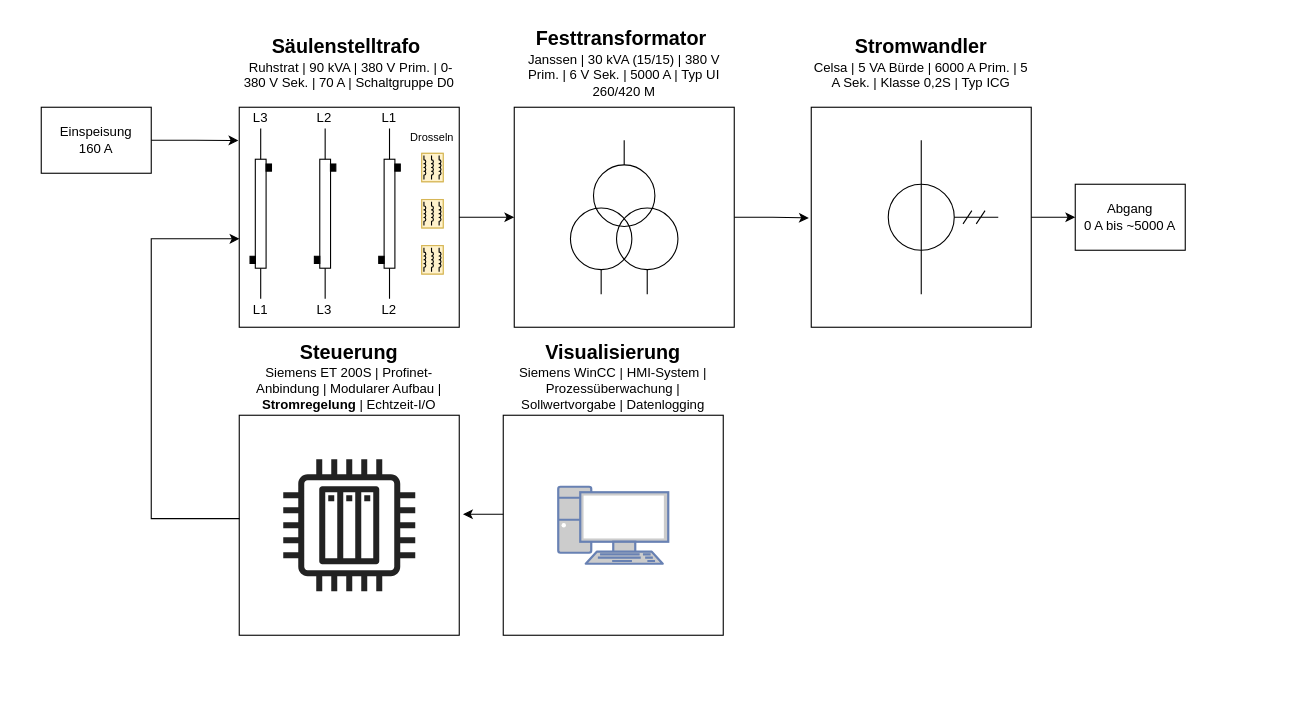
This is 03_Ressourcen/zeichnungen/aufbau_hochstrom_pruefstand.drawio from oliverschmidt99/Bachelorarbeit-Fremdfeldbeeinflussung-Messstromwandler, a draw.io file, before an edit. Source tidied: cells renumbered, new cells numbered last; positions are measured from the earlier drawing's top-left corner, leaving out a move shared by most shapes. Both pictures are drawn from the tidied source at 110%, with x=0, y=0 at pixel (41, 19).
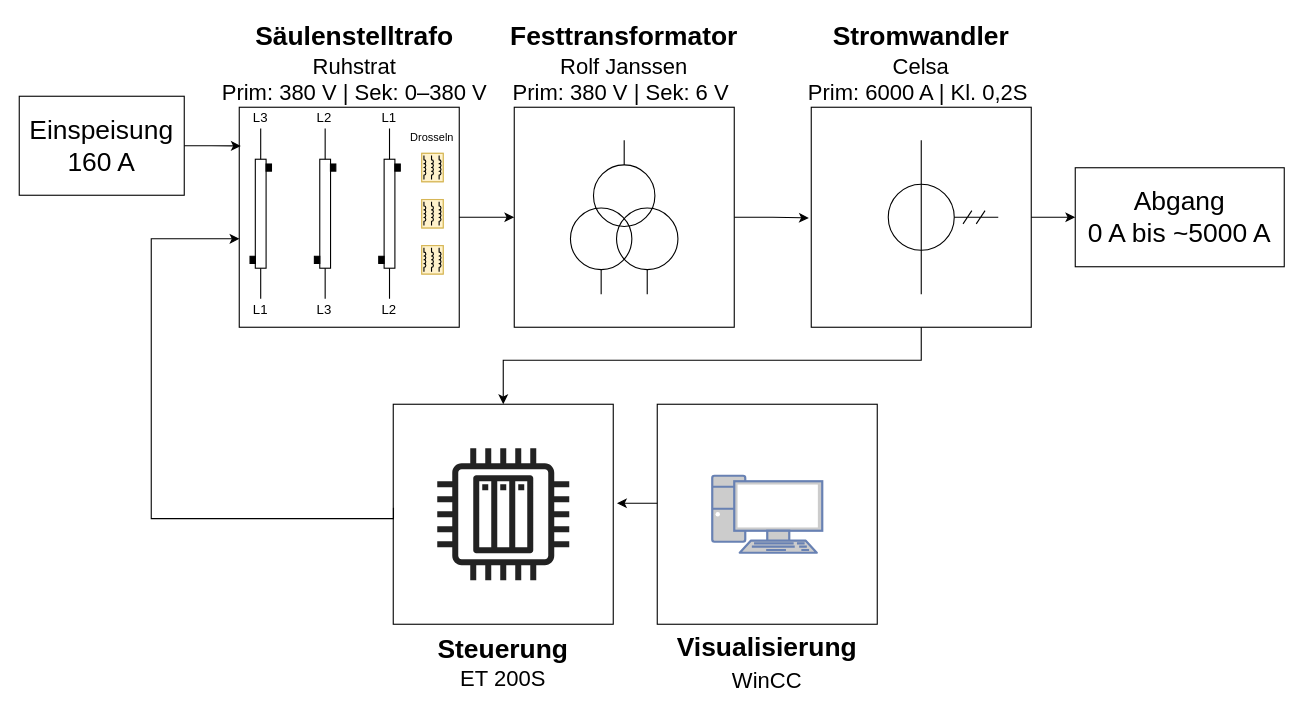
Above is the later version.

Unchanged cells that the change refers to:
```xml
<mxCell id="3" style="whiteSpace=wrap;html=1;" parent="2" vertex="1">
  <mxGeometry width="200" height="200" as="geometry" />
</mxCell>
<mxCell id="43" style="whiteSpace=wrap;html=1;" parent="42" vertex="1">
  <mxGeometry width="200" height="200" as="geometry" />
</mxCell>
<mxCell id="51" style="whiteSpace=wrap;html=1;" parent="50" vertex="1">
  <mxGeometry width="200" height="200" as="geometry" />
</mxCell>
```

Change to the diagram source:
```diff
@@
-    <mxCell id="35" value="&lt;font style=&quot;font-size: 18px;&quot;&gt;&lt;b style=&quot;&quot;&gt;Säulenstelltrafo&lt;/b&gt;&amp;nbsp;&lt;/font&gt;&lt;div&gt;&amp;nbsp;Ruhstrat | 90 kVA | 380 V Prim. | 0-380 V Sek. | 70 A | Schaltgruppe D0&lt;/div&gt;" style="text;html=1;whiteSpace=wrap;strokeColor=none;fillColor=none;align=center;verticalAlign=middle;rounded=0;" parent="1" vertex="1">
-      <mxGeometry x="180" width="200" height="80" as="geometry" />
+    <mxCell id="35" value="&lt;font style=&quot;font-size: 24px;&quot;&gt;&lt;b style=&quot;&quot;&gt;Säulenstelltrafo&lt;/b&gt;&lt;/font&gt;&lt;div&gt;&lt;font style=&quot;font-size: 20px;&quot;&gt;&lt;span style=&quot;&quot;&gt;Ruhstrat&lt;/span&gt;&lt;/font&gt;&lt;/div&gt;&lt;div&gt;&lt;font style=&quot;font-size: 20px;&quot;&gt;&lt;span style=&quot;&quot;&gt;Prim: 380 V | Sek: 0–380 V&lt;/span&gt;&lt;/font&gt;&lt;/div&gt;" style="text;html=1;whiteSpace=wrap;strokeColor=none;fillColor=none;align=center;verticalAlign=middle;rounded=0;" parent="1" vertex="1">
+      <mxGeometry x="160" width="250" height="80" as="geometry" />
     </mxCell>
-    <mxCell id="36" value="Einspeisung&lt;div&gt;160 A&lt;/div&gt;" style="rounded=0;whiteSpace=wrap;html=1;" parent="1" vertex="1">
-      <mxGeometry y="80" width="100" height="60" as="geometry" />
+    <mxCell id="36" value="&lt;font style=&quot;font-size: 24px;&quot;&gt;Einspeisung&lt;/font&gt;&lt;div&gt;&lt;font style=&quot;font-size: 24px;&quot;&gt;160 A&lt;/font&gt;&lt;/div&gt;" style="rounded=0;whiteSpace=wrap;html=1;" parent="1" vertex="1">
+      <mxGeometry x="-20" y="70" width="150" height="90" as="geometry" />
     </mxCell>
-    <mxCell id="37" value="&lt;div&gt;&lt;font style=&quot;font-size: 18px;&quot;&gt;&lt;b style=&quot;&quot;&gt;Festtransformator&lt;/b&gt;&amp;nbsp;&lt;/font&gt;&lt;/div&gt;&lt;div&gt;Janssen | 30 kVA (15/15) | 380 V Prim. | 6 V Sek. | 5000 A | Typ UI 260/420 M&lt;/div&gt;" style="text;html=1;whiteSpace=wrap;strokeColor=none;fillColor=none;align=center;verticalAlign=middle;rounded=0;" parent="1" vertex="1">
-      <mxGeometry x="430" width="200" height="80" as="geometry" />
+    <mxCell id="37" value="&lt;div&gt;&lt;font style=&quot;font-size: 24px;&quot;&gt;&lt;b style=&quot;&quot;&gt;Festtransformator&lt;/b&gt;&lt;/font&gt;&lt;/div&gt;&lt;div&gt;&lt;font style=&quot;font-size: 20px;&quot;&gt;Rolf Janssen&lt;/font&gt;&lt;/div&gt;&lt;div&gt;&lt;font style=&quot;font-size: 20px;&quot;&gt;&lt;font style=&quot;&quot;&gt;Prim: 380 V | Sek: 6 V&amp;nbsp;&lt;/font&gt;&lt;/font&gt;&lt;/div&gt;" style="text;html=1;whiteSpace=wrap;strokeColor=none;fillColor=none;align=center;verticalAlign=middle;rounded=0;" parent="1" vertex="1">
+      <mxGeometry x="420" width="220" height="80" as="geometry" />
     </mxCell>
-    <mxCell id="38" value="&lt;b&gt;&lt;font style=&quot;font-size: 18px;&quot;&gt;Stromwandler&lt;/font&gt;&lt;/b&gt;&lt;div&gt;Celsa | 5 VA Bürde | 6000 A Prim. | 5 A Sek. | Klasse 0,2S | Typ ICG&lt;/div&gt;" style="text;html=1;whiteSpace=wrap;strokeColor=none;fillColor=none;align=center;verticalAlign=middle;rounded=0;" parent="1" vertex="1">
-      <mxGeometry x="700" width="200" height="80" as="geometry" />
+    <mxCell id="38" value="&lt;b&gt;&lt;font style=&quot;font-size: 24px;&quot;&gt;Stromwandler&lt;/font&gt;&lt;/b&gt;&lt;div&gt;&lt;span&gt;&lt;font style=&quot;font-size: 20px;&quot;&gt;Celsa&lt;/font&gt;&lt;/span&gt;&lt;/div&gt;&lt;div&gt;&lt;span&gt;&lt;font style=&quot;font-size: 20px;&quot;&gt;Prim: 6000 A | Kl. 0,2S&amp;nbsp;&lt;/font&gt;&lt;/span&gt;&lt;/div&gt;" style="text;html=1;whiteSpace=wrap;strokeColor=none;fillColor=none;align=center;verticalAlign=middle;rounded=0;" parent="1" vertex="1">
+      <mxGeometry x="690" width="220" height="80" as="geometry" />
     </mxCell>
@@
-    <mxCell id="45" value="Abgang&lt;div&gt;0 A bis ~5000 A&lt;/div&gt;" style="rounded=0;whiteSpace=wrap;html=1;" parent="1" vertex="1">
-      <mxGeometry x="940" y="150" width="100" height="60" as="geometry" />
-    </mxCell>
-    <mxCell id="46" style="edgeStyle=orthogonalEdgeStyle;rounded=0;jettySize=auto;html=1;entryX=0;entryY=0.5;entryDx=0;entryDy=0;" parent="1" edge="1" source="43" target="45">
-      <mxGeometry relative="1" as="geometry" />
+    <mxCell id="46" style="edgeStyle=orthogonalEdgeStyle;rounded=0;jettySize=auto;html=1;" parent="1" edge="1" source="43">
+      <mxGeometry relative="1" as="geometry">
+        <mxPoint x="940" y="180" as="targetPoint" />
+      </mxGeometry>
     </mxCell>
@@
-    <mxCell id="49" value="&lt;b&gt;&lt;font style=&quot;font-size: 18px;&quot;&gt;Steuerung&lt;/font&gt;&lt;/b&gt;&lt;div&gt;Siemens ET 200S | Profinet-Anbindung | Modularer Aufbau | &lt;b&gt;Stromregelung&lt;/b&gt; | Echtzeit-I/O&lt;/div&gt;" style="text;html=1;whiteSpace=wrap;strokeColor=none;fillColor=none;align=center;verticalAlign=middle;rounded=0;" parent="1" vertex="1">
-      <mxGeometry x="180" y="290" width="200" height="70" as="geometry" />
+    <mxCell id="49" value="&lt;b&gt;&lt;font style=&quot;font-size: 24px;&quot;&gt;Steuerung&lt;/font&gt;&lt;/b&gt;&lt;div&gt;&lt;span&gt;&lt;font style=&quot;font-size: 20px;&quot;&gt;ET 200S&lt;/font&gt;&lt;/span&gt;&lt;/div&gt;" style="text;html=1;whiteSpace=wrap;strokeColor=none;fillColor=none;align=center;verticalAlign=middle;rounded=0;" parent="1" vertex="1">
+      <mxGeometry x="320" y="550" width="200" height="70" as="geometry" />
     </mxCell>
     <mxCell id="50" style="group;" parent="1" vertex="1">
-      <mxGeometry x="180" y="360" width="200" height="200" as="geometry" />
+      <mxGeometry x="320" y="350" width="200" height="200" as="geometry" />
     </mxCell>
@@
     <mxCell id="53" style="group;" parent="1" vertex="1">
-      <mxGeometry x="420" y="360" width="200" height="200" as="geometry" />
+      <mxGeometry x="560" y="350" width="200" height="200" as="geometry" />
     </mxCell>
@@
-    <mxCell id="57" style="edgeStyle=orthogonalEdgeStyle;rounded=0;jettySize=auto;html=1;entryX=-0.004;entryY=0.151;entryDx=0;entryDy=0;entryPerimeter=0;" parent="1" edge="1" source="36" target="3">
-      <mxGeometry relative="1" as="geometry" />
-    </mxCell>
     <mxCell id="58" style="edgeStyle=orthogonalEdgeStyle;rounded=0;jettySize=auto;html=1;entryX=1.017;entryY=0.448;entryDx=0;entryDy=0;entryPerimeter=0;" parent="1" edge="1" target="51">
       <mxGeometry relative="1" as="geometry">
-        <mxPoint x="420" y="450" as="sourcePoint" />
+        <mxPoint x="560" y="440" as="sourcePoint" />
       </mxGeometry>
     </mxCell>
@@
-    <mxCell id="60" value="&lt;b&gt;&lt;font style=&quot;font-size: 18px;&quot;&gt;Visualisierung&lt;/font&gt;&lt;/b&gt;&lt;div&gt;Siemens WinCC | HMI-System | Prozessüberwachung | Sollwertvorgabe | Datenlogging&lt;/div&gt;" style="text;html=1;whiteSpace=wrap;strokeColor=none;fillColor=none;align=center;verticalAlign=middle;rounded=0;" parent="1" vertex="1">
-      <mxGeometry x="420" y="290" width="200" height="70" as="geometry" />
+    <mxCell id="60" value="&lt;b&gt;&lt;font&gt;Visualisierung&lt;/font&gt;&lt;/b&gt;&lt;div&gt;&lt;span&gt;&lt;font style=&quot;font-size: 20px;&quot;&gt;WinCC&lt;/font&gt;&lt;/span&gt;&lt;/div&gt;" style="text;html=1;whiteSpace=wrap;strokeColor=none;fillColor=none;align=center;verticalAlign=middle;rounded=0;fontSize=24;" parent="1" vertex="1">
+      <mxGeometry x="560" y="550" width="200" height="70" as="geometry" />
     </mxCell>
+    <mxCell id="57" style="edgeStyle=orthogonalEdgeStyle;rounded=0;jettySize=auto;html=1;entryX=0.007;entryY=0.176;entryDx=0;entryDy=0;entryPerimeter=0;" parent="1" edge="1" source="36" target="3">
+      <mxGeometry relative="1" as="geometry" />
+    </mxCell>
+    <mxCell id="45" value="&lt;font style=&quot;font-size: 24px;&quot;&gt;Abgang&lt;/font&gt;&lt;div&gt;&lt;font style=&quot;font-size: 24px;&quot;&gt;0 A bis ~5000 A&lt;/font&gt;&lt;/div&gt;" style="rounded=0;whiteSpace=wrap;html=1;" parent="1" vertex="1">
+      <mxGeometry x="940" y="135" width="190" height="90" as="geometry" />
+    </mxCell>
+    <mxCell id="61" style="edgeStyle=orthogonalEdgeStyle;rounded=0;jettySize=auto;html=1;entryX=0.5;entryY=0;entryDx=0;entryDy=0;" parent="1" edge="1" source="43" target="51">
+      <mxGeometry relative="1" as="geometry">
+        <Array as="points">
+          <mxPoint x="800" y="310" />
+          <mxPoint x="420" y="310" />
+        </Array>
+      </mxGeometry>
+    </mxCell>
```
